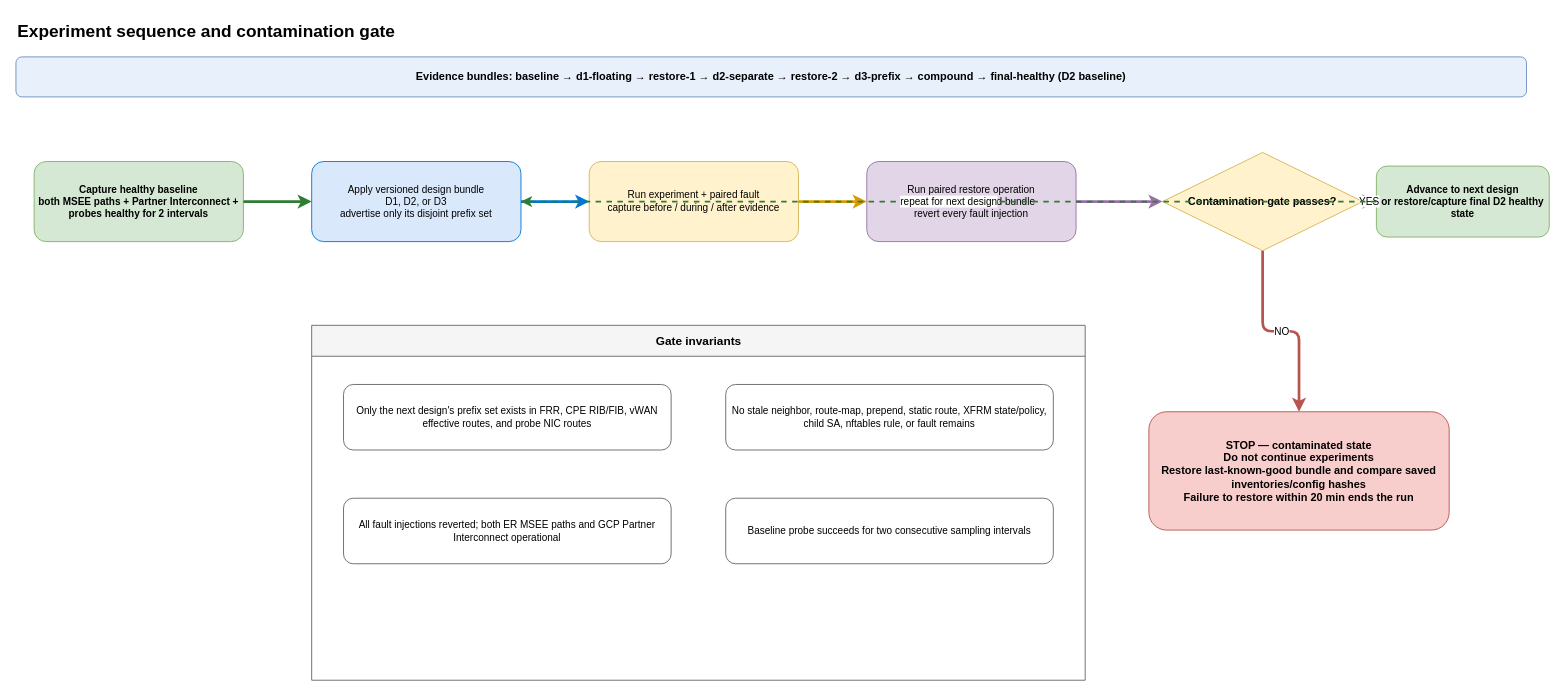
Above: labs/vwan-ipsec-over-er-backup/diagrams/05-experiment-reset-contamination-flow.drawio in erjosito/net-lab-builder (draw.io), before the change. Source tidied: cells renumbered, new cells numbered last; positions are measured from the earlier drawing's top-left corner, leaving out a move shared by most shapes. Both pictures are drawn from the tidied source at 91%, with x=0, y=0 at pixel (15, 15).
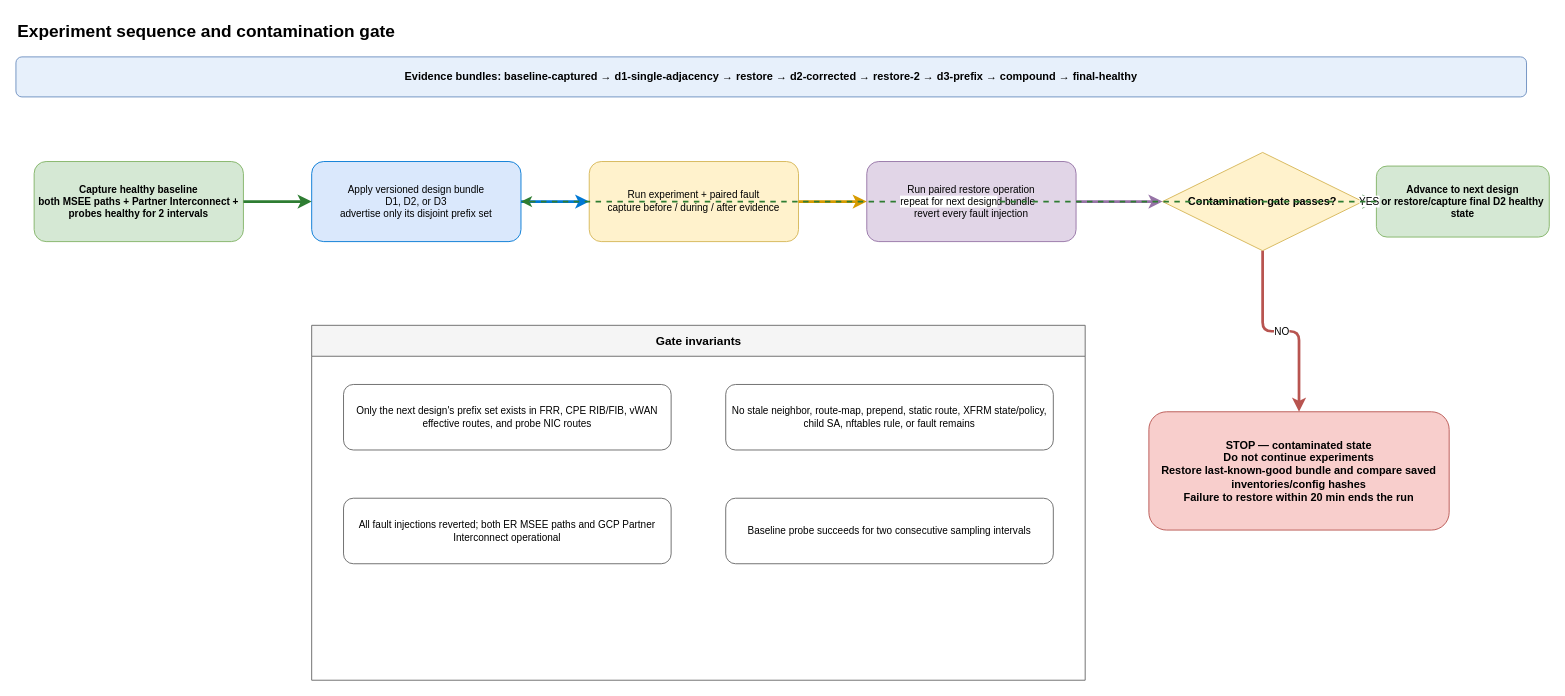
The same page after the edit.

Diff of the diagram source:
```diff
@@
-    <mxCell id="3" value="Evidence bundles: baseline → d1-floating → restore-1 → d2-separate → restore-2 → d3-prefix → compound → final-healthy (D2 baseline)" style="rounded=1;whiteSpace=wrap;html=1;fillColor=#e7f0fb;strokeColor=#6c8ebf;fontSize=12;fontStyle=1;" parent="1" vertex="1">
+    <mxCell id="3" value="Evidence bundles: baseline-captured → d1-single-adjacency → restore → d2-corrected → restore-2 → d3-prefix → compound → final-healthy" style="rounded=1;whiteSpace=wrap;html=1;fillColor=#e7f0fb;strokeColor=#6c8ebf;fontSize=12;fontStyle=1;" parent="1" vertex="1">
       <mxGeometry y="45" width="1660" height="44" as="geometry" />
     </mxCell>
```
